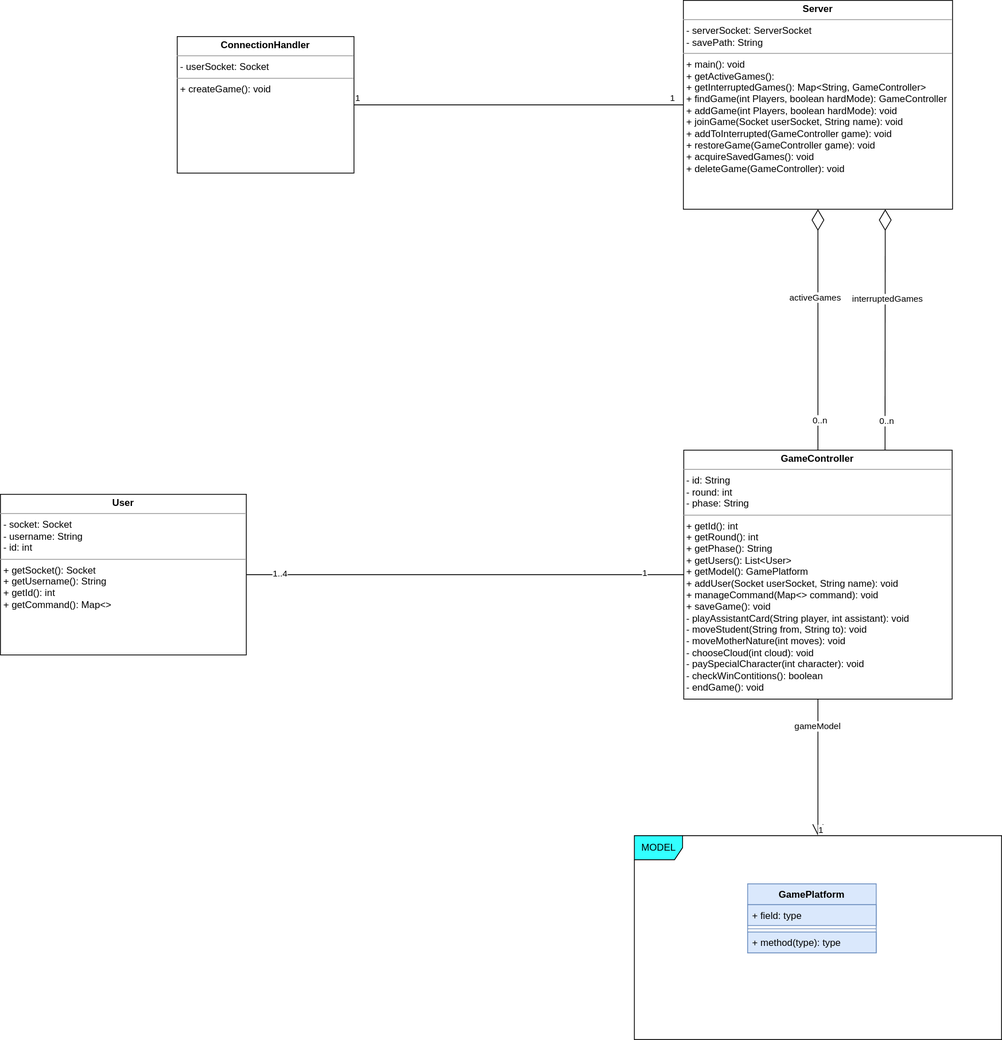
The draw.io diagram uml diagrams/uml_controller_singleThread.drawio.svg in Matteo-Negro/Eriantys-Java, before a commit. Source tidied: cells renumbered, new cells last; positions are measured from the earlier drawing's top-left corner, leaving out a move shared by most shapes.
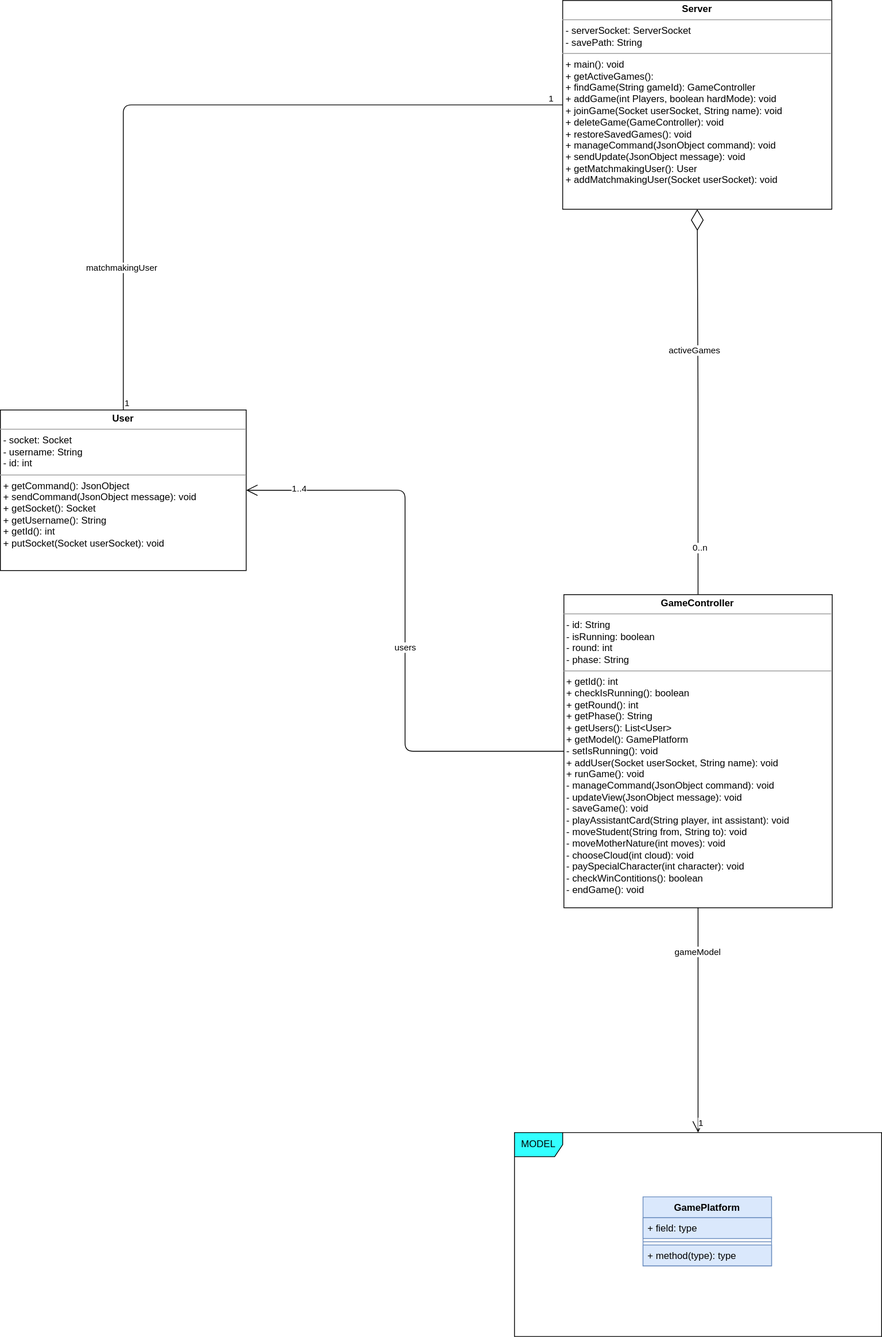
After the change.

Commit message:
Added controller's multithread uml diagram, updated controller's singlethread uml diagram

What changed in the source:
```diff
@@ -3,7 +3,7 @@
     <mxCell id="0" />
     <mxCell id="1" parent="0" />
     <mxCell id="2" value="GamePlatform" style="swimlane;fontStyle=1;align=center;verticalAlign=top;horizontal=1;startSize=26;fillColor=#dae8fc;strokeColor=#6c8ebf;" parent="1" vertex="1">
-      <mxGeometry x="930" y="1100" width="160" height="86" as="geometry" />
+      <mxGeometry x="2550" y="1910" width="160" height="86" as="geometry" />
     </mxCell>
     <mxCell id="3" value="+ field: type" style="text;strokeColor=#6c8ebf;fillColor=#dae8fc;align=left;verticalAlign=top;spacingLeft=4;spacingRight=4;overflow=hidden;" parent="2" vertex="1">
       <mxGeometry y="26" width="160" height="26" as="geometry" />
@@ -15,66 +15,57 @@
       <mxGeometry y="60" width="160" height="26" as="geometry" />
     </mxCell>
     <mxCell id="6" value="MODEL" style="shape=umlFrame;whiteSpace=wrap;html=1;fillColor=#33FFFF;" parent="1" vertex="1">
-      <mxGeometry x="789" y="1040" width="457" height="254" as="geometry" />
+      <mxGeometry x="2390" y="1830" width="457" height="254" as="geometry" />
     </mxCell>
-    <mxCell id="7" style="endArrow=open;endFill=1;endSize=12;html=1;rounded=1;edgeStyle=orthogonalEdgeStyle;exitX=0.5;exitY=1;exitDx=0;exitDy=0;" parent="1" edge="1" source="20" target="6">
-      <mxGeometry relative="1" as="geometry" />
-    </mxCell>
-    <mxCell id="8" value="1" style="edgeLabel;html=1;align=center;verticalAlign=middle;" parent="7" vertex="1">
-      <mxGeometry x="0.91" y="3" relative="1" as="geometry" />
-    </mxCell>
+    <mxCell id="26" style="endArrow=open;endFill=1;endSize=12;html=1;rounded=1;edgeStyle=orthogonalEdgeStyle;exitX=0.5;exitY=1;exitDx=0;exitDy=0;" parent="1" edge="1" source="31" target="6">
+      <mxGeometry relative="1" as="geometry" />
+    </mxCell>
+    <mxCell id="27" value="1" style="edgeLabel;html=1;align=center;verticalAlign=middle;" parent="26" vertex="1">
+      <mxGeometry x="0.91" y="3" relative="1" as="geometry" />
+    </mxCell>
-    <mxCell id="9" value="gameModel" style="edgeLabel;html=1;align=center;verticalAlign=middle;" parent="7" vertex="1">
+    <mxCell id="9" value="gameModel" style="edgeLabel;html=1;align=center;verticalAlign=middle;" parent="26" vertex="1">
       <mxGeometry x="-0.61" y="-1" relative="1" as="geometry" />
     </mxCell>
-    <mxCell id="10" style="endArrow=none;html=1;edgeStyle=orthogonalEdgeStyle;rounded=1;exitX=1;exitY=0.5;exitDx=0;exitDy=0;entryX=0;entryY=0.5;entryDx=0;entryDy=0;" parent="1" edge="1" source="21" target="20">
-      <mxGeometry relative="1" as="geometry" />
-    </mxCell>
-    <mxCell id="11" value="1" style="edgeLabel;html=1;align=center;verticalAlign=middle;" parent="10" vertex="1">
-      <mxGeometry x="0.82" y="3" relative="1" as="geometry" />
-    </mxCell>
-    <mxCell id="12" value="1..4" style="edgeLabel;html=1;align=center;verticalAlign=middle;" parent="10" vertex="1">
-      <mxGeometry x="-0.85" y="2" relative="1" as="geometry" />
-    </mxCell>
-    <mxCell id="13" style="endArrow=diamondThin;endFill=0;endSize=24;html=1;rounded=1;entryX=0.5;entryY=1;entryDx=0;entryDy=0;exitX=0.5;exitY=0;exitDx=0;exitDy=0;" parent="1" edge="1" source="20" target="19">
-      <mxGeometry relative="1" as="geometry" />
-    </mxCell>
-    <mxCell id="14" value="0..n" style="edgeLabel;html=1;align=center;verticalAlign=middle;" parent="13" vertex="1">
-      <mxGeometry x="-0.75" y="-2" relative="1" as="geometry" />
-    </mxCell>
+    <mxCell id="28" style="endArrow=diamondThin;endFill=0;endSize=24;html=1;rounded=1;entryX=0.5;entryY=1;entryDx=0;entryDy=0;exitX=0.5;exitY=0;exitDx=0;exitDy=0;edgeStyle=orthogonalEdgeStyle;" parent="1" edge="1" source="31" target="30">
+      <mxGeometry relative="1" as="geometry" />
+    </mxCell>
+    <mxCell id="29" value="0..n" style="edgeLabel;html=1;align=center;verticalAlign=middle;" parent="28" vertex="1">
+      <mxGeometry x="-0.75" y="-2" relative="1" as="geometry" />
+    </mxCell>
-    <mxCell id="15" value="activeGames" style="edgeLabel;html=1;align=center;verticalAlign=middle;" parent="13" vertex="1">
+    <mxCell id="15" value="activeGames" style="edgeLabel;html=1;align=center;verticalAlign=middle;" parent="28" vertex="1">
       <mxGeometry x="0.27" y="4" relative="1" as="geometry" />
     </mxCell>
-    <mxCell id="16" style="endArrow=diamondThin;endFill=0;endSize=24;html=1;rounded=1;exitX=0.75;exitY=0;exitDx=0;exitDy=0;entryX=0.75;entryY=1;entryDx=0;entryDy=0;" parent="1" edge="1" source="20" target="19">
-      <mxGeometry relative="1" as="geometry" />
-    </mxCell>
-    <mxCell id="17" value="0..n" style="edgeLabel;html=1;align=center;verticalAlign=middle;" parent="16" vertex="1">
-      <mxGeometry x="-0.76" y="-1" relative="1" as="geometry" />
-    </mxCell>
-    <mxCell id="18" value="interruptedGames" style="edgeLabel;html=1;align=center;verticalAlign=middle;" parent="16" vertex="1">
-      <mxGeometry x="0.26" y="-2" relative="1" as="geometry" />
-    </mxCell>
-    <mxCell id="19" value="&lt;p style=&quot;margin: 0px ; margin-top: 4px ; text-align: center&quot;&gt;&lt;b&gt;Server&lt;/b&gt;&lt;/p&gt;&lt;hr size=&quot;1&quot;&gt;&lt;p style=&quot;margin: 0px ; margin-left: 4px&quot;&gt;- serverSocket: ServerSocket&lt;/p&gt;&lt;p style=&quot;margin: 0px ; margin-left: 4px&quot;&gt;- savePath: String&lt;/p&gt;&lt;hr size=&quot;1&quot;&gt;&lt;p style=&quot;margin: 0px ; margin-left: 4px&quot;&gt;+ main(): void&lt;/p&gt;&lt;p style=&quot;margin: 0px ; margin-left: 4px&quot;&gt;+ getActiveGames():&amp;nbsp;&lt;/p&gt;&lt;p style=&quot;margin: 0px ; margin-left: 4px&quot;&gt;&lt;span&gt;+ getInterruptedGames(): Map&amp;lt;String, GameController&amp;gt;&lt;/span&gt;&lt;/p&gt;&lt;p style=&quot;margin: 0px ; margin-left: 4px&quot;&gt;+ findGame(int Players, boolean hardMode): GameController&lt;/p&gt;&lt;p style=&quot;margin: 0px ; margin-left: 4px&quot;&gt;+ addGame(int Players, boolean hardMode): void&lt;/p&gt;&lt;p style=&quot;margin: 0px ; margin-left: 4px&quot;&gt;+ joinGame(Socket userSocket, String name): void&lt;/p&gt;&lt;p style=&quot;margin: 0px ; margin-left: 4px&quot;&gt;+ addToInterrupted(GameController game): void&lt;/p&gt;&lt;p style=&quot;margin: 0px ; margin-left: 4px&quot;&gt;+ restoreGame(GameController game): void&lt;/p&gt;&lt;p style=&quot;margin: 0px ; margin-left: 4px&quot;&gt;+ acquireSavedGames(): void&lt;/p&gt;&lt;p style=&quot;margin: 0px ; margin-left: 4px&quot;&gt;+ deleteGame(GameController): void&lt;/p&gt;" style="verticalAlign=top;align=left;overflow=fill;fontSize=12;fontFamily=Helvetica;html=1;fillColor=default;" parent="1" vertex="1">
-      <mxGeometry x="850" width="335" height="260" as="geometry" />
-    </mxCell>
-    <mxCell id="20" value="&lt;p style=&quot;margin: 0px ; margin-top: 4px ; text-align: center&quot;&gt;&lt;b&gt;GameController&lt;/b&gt;&lt;/p&gt;&lt;hr size=&quot;1&quot;&gt;&lt;p style=&quot;margin: 0px ; margin-left: 4px&quot;&gt;- id: String&lt;/p&gt;&lt;p style=&quot;margin: 0px ; margin-left: 4px&quot;&gt;- round: int&lt;/p&gt;&lt;p style=&quot;margin: 0px ; margin-left: 4px&quot;&gt;- phase: String&lt;/p&gt;&lt;hr size=&quot;1&quot;&gt;&lt;p style=&quot;margin: 0px ; margin-left: 4px&quot;&gt;&lt;span&gt;+ getId(): int&lt;/span&gt;&lt;br&gt;&lt;/p&gt;&lt;p style=&quot;margin: 0px ; margin-left: 4px&quot;&gt;&lt;span&gt;+ getRound(): int&lt;/span&gt;&lt;/p&gt;&lt;p style=&quot;margin: 0px ; margin-left: 4px&quot;&gt;&lt;span&gt;+ getPhase(): String&lt;/span&gt;&lt;/p&gt;&lt;p style=&quot;margin: 0px ; margin-left: 4px&quot;&gt;+ getUsers(): List&amp;lt;User&amp;gt;&lt;/p&gt;&lt;p style=&quot;margin: 0px ; margin-left: 4px&quot;&gt;+ getModel(): GamePlatform&lt;/p&gt;&lt;p style=&quot;margin: 0px ; margin-left: 4px&quot;&gt;+ addUser(Socket userSocket, String name): void&lt;/p&gt;&lt;p style=&quot;margin: 0px ; margin-left: 4px&quot;&gt;+ manageCommand(Map&amp;lt;&amp;gt; command): void&lt;/p&gt;&lt;p style=&quot;margin: 0px ; margin-left: 4px&quot;&gt;+ saveGame(): void&lt;/p&gt;&lt;p style=&quot;margin: 0px ; margin-left: 4px&quot;&gt;- playAssistantCard(String player, int assistant): void&lt;/p&gt;&lt;p style=&quot;margin: 0px ; margin-left: 4px&quot;&gt;- moveStudent(String from, String to): void&lt;/p&gt;&lt;p style=&quot;margin: 0px ; margin-left: 4px&quot;&gt;- moveMotherNature(int moves): void&lt;/p&gt;&lt;p style=&quot;margin: 0px ; margin-left: 4px&quot;&gt;- chooseCloud(int cloud): void&lt;/p&gt;&lt;p style=&quot;margin: 0px ; margin-left: 4px&quot;&gt;- paySpecialCharacter(int character): void&lt;/p&gt;&lt;p style=&quot;margin: 0px ; margin-left: 4px&quot;&gt;- checkWinContitions(): boolean&lt;/p&gt;&lt;p style=&quot;margin: 0px ; margin-left: 4px&quot;&gt;- endGame(): void&lt;/p&gt;" style="verticalAlign=top;align=left;overflow=fill;fontSize=12;fontFamily=Helvetica;html=1;fillColor=default;" parent="1" vertex="1">
-      <mxGeometry x="850.5" y="560" width="334.1" height="310" as="geometry" />
-    </mxCell>
-    <mxCell id="21" value="&lt;p style=&quot;margin: 0px ; margin-top: 4px ; text-align: center&quot;&gt;&lt;b&gt;User&lt;/b&gt;&lt;/p&gt;&lt;hr size=&quot;1&quot;&gt;&lt;p style=&quot;margin: 0px ; margin-left: 4px&quot;&gt;- socket: Socket&lt;/p&gt;&lt;p style=&quot;margin: 0px ; margin-left: 4px&quot;&gt;- username: String&lt;/p&gt;&lt;p style=&quot;margin: 0px ; margin-left: 4px&quot;&gt;- id: int&lt;/p&gt;&lt;hr size=&quot;1&quot;&gt;&lt;p style=&quot;margin: 0px ; margin-left: 4px&quot;&gt;+ getSocket(): Socket&lt;/p&gt;&lt;p style=&quot;margin: 0px ; margin-left: 4px&quot;&gt;+ getUsername(): String&lt;/p&gt;&lt;p style=&quot;margin: 0px ; margin-left: 4px&quot;&gt;+ getId(): int&lt;/p&gt;&lt;p style=&quot;margin: 0px ; margin-left: 4px&quot;&gt;+ getCommand(): Map&amp;lt;&amp;gt;&lt;/p&gt;&lt;p style=&quot;margin: 0px ; margin-left: 4px&quot;&gt;&lt;br&gt;&lt;/p&gt;&lt;p style=&quot;margin: 0px ; margin-left: 4px&quot;&gt;&lt;br&gt;&lt;/p&gt;&lt;p style=&quot;margin: 0px ; margin-left: 4px&quot;&gt;&lt;br&gt;&lt;/p&gt;&lt;p style=&quot;margin: 0px ; margin-left: 4px&quot;&gt;&lt;br&gt;&lt;/p&gt;" style="verticalAlign=top;align=left;overflow=fill;fontSize=12;fontFamily=Helvetica;html=1;fillColor=default;" parent="1" vertex="1">
-      <mxGeometry y="615" width="306" height="200" as="geometry" />
-    </mxCell>
-    <mxCell id="22" style="endArrow=none;html=1;edgeStyle=orthogonalEdgeStyle;rounded=0;exitX=1;exitY=0.5;exitDx=0;exitDy=0;entryX=0;entryY=0.5;entryDx=0;entryDy=0;" parent="1" edge="1" source="25" target="19">
-      <mxGeometry relative="1" as="geometry" />
-    </mxCell>
+    <mxCell id="30" value="&lt;p style=&quot;margin: 0px ; margin-top: 4px ; text-align: center&quot;&gt;&lt;b&gt;Server&lt;/b&gt;&lt;/p&gt;&lt;hr size=&quot;1&quot;&gt;&lt;p style=&quot;margin: 0px ; margin-left: 4px&quot;&gt;- serverSocket: ServerSocket&lt;/p&gt;&lt;p style=&quot;margin: 0px ; margin-left: 4px&quot;&gt;- savePath: String&lt;/p&gt;&lt;hr size=&quot;1&quot;&gt;&lt;p style=&quot;margin: 0px ; margin-left: 4px&quot;&gt;+ main(): void&lt;/p&gt;&lt;p style=&quot;margin: 0px ; margin-left: 4px&quot;&gt;+ getActiveGames():&amp;nbsp;&lt;/p&gt;&lt;p style=&quot;margin: 0px ; margin-left: 4px&quot;&gt;+ findGame(String gameId): GameController&lt;/p&gt;&lt;p style=&quot;margin: 0px ; margin-left: 4px&quot;&gt;+ addGame(int Players, boolean hardMode): void&lt;/p&gt;&lt;p style=&quot;margin: 0px ; margin-left: 4px&quot;&gt;+ joinGame(Socket userSocket, String name): void&lt;/p&gt;&lt;p style=&quot;margin: 0px ; margin-left: 4px&quot;&gt;+ deleteGame(GameController): void&lt;/p&gt;&lt;p style=&quot;margin: 0px ; margin-left: 4px&quot;&gt;+ restoreSavedGames(): void&lt;/p&gt;&lt;p style=&quot;margin: 0px ; margin-left: 4px&quot;&gt;+ manageCommand(JsonObject command): void&lt;/p&gt;&lt;p style=&quot;margin: 0px ; margin-left: 4px&quot;&gt;+ sendUpdate(JsonObject message): void&lt;/p&gt;&lt;p style=&quot;margin: 0px ; margin-left: 4px&quot;&gt;+ getMatchmakingUser(): User&lt;/p&gt;&lt;p style=&quot;margin: 0px ; margin-left: 4px&quot;&gt;+ addMatchmakingUser(Socket userSocket): void&amp;nbsp;&lt;/p&gt;" style="verticalAlign=top;align=left;overflow=fill;fontSize=12;fontFamily=Helvetica;html=1;fillColor=default;" parent="1" vertex="1">
+      <mxGeometry x="2450" y="420" width="335" height="260" as="geometry" />
+    </mxCell>
+    <mxCell id="31" value="&lt;p style=&quot;margin: 0px ; margin-top: 4px ; text-align: center&quot;&gt;&lt;b&gt;GameController&lt;/b&gt;&lt;/p&gt;&lt;hr size=&quot;1&quot;&gt;&lt;p style=&quot;margin: 0px ; margin-left: 4px&quot;&gt;- id: String&lt;/p&gt;&lt;p style=&quot;margin: 0px ; margin-left: 4px&quot;&gt;- isRunning: boolean&lt;/p&gt;&lt;p style=&quot;margin: 0px ; margin-left: 4px&quot;&gt;- round: int&lt;/p&gt;&lt;p style=&quot;margin: 0px ; margin-left: 4px&quot;&gt;- phase: String&lt;/p&gt;&lt;hr size=&quot;1&quot;&gt;&lt;p style=&quot;margin: 0px ; margin-left: 4px&quot;&gt;&lt;span&gt;+ getId(): int&lt;/span&gt;&lt;br&gt;&lt;/p&gt;&lt;p style=&quot;margin: 0px ; margin-left: 4px&quot;&gt;&lt;span&gt;+ checkIsRunning(): boolean&lt;/span&gt;&lt;/p&gt;&lt;p style=&quot;margin: 0px ; margin-left: 4px&quot;&gt;&lt;span&gt;+ getRound(): int&lt;/span&gt;&lt;/p&gt;&lt;p style=&quot;margin: 0px ; margin-left: 4px&quot;&gt;&lt;span&gt;+ getPhase(): String&lt;/span&gt;&lt;/p&gt;&lt;p style=&quot;margin: 0px ; margin-left: 4px&quot;&gt;+ getUsers(): List&amp;lt;User&amp;gt;&lt;/p&gt;&lt;p style=&quot;margin: 0px ; margin-left: 4px&quot;&gt;+ getModel(): GamePlatform&lt;/p&gt;&lt;p style=&quot;margin: 0px ; margin-left: 4px&quot;&gt;- setIsRunning(): void&lt;/p&gt;&lt;p style=&quot;margin: 0px ; margin-left: 4px&quot;&gt;+ addUser(Socket userSocket, String name): void&lt;/p&gt;&lt;p style=&quot;margin: 0px ; margin-left: 4px&quot;&gt;+ runGame(): void&lt;/p&gt;&lt;p style=&quot;margin: 0px ; margin-left: 4px&quot;&gt;- manageCommand(JsonObject command): void&lt;/p&gt;&lt;p style=&quot;margin: 0px ; margin-left: 4px&quot;&gt;- updateView(JsonObject message&lt;span&gt;): void&lt;/span&gt;&lt;/p&gt;&lt;p style=&quot;margin: 0px ; margin-left: 4px&quot;&gt;- saveGame(): void&lt;/p&gt;&lt;p style=&quot;margin: 0px ; margin-left: 4px&quot;&gt;- playAssistantCard(String player, int assistant): void&lt;/p&gt;&lt;p style=&quot;margin: 0px ; margin-left: 4px&quot;&gt;- moveStudent(String from, String to): void&lt;/p&gt;&lt;p style=&quot;margin: 0px ; margin-left: 4px&quot;&gt;- moveMotherNature(int moves): void&lt;/p&gt;&lt;p style=&quot;margin: 0px ; margin-left: 4px&quot;&gt;- chooseCloud(int cloud): void&lt;/p&gt;&lt;p style=&quot;margin: 0px ; margin-left: 4px&quot;&gt;- paySpecialCharacter(int character): void&lt;/p&gt;&lt;p style=&quot;margin: 0px ; margin-left: 4px&quot;&gt;- checkWinContitions(): boolean&lt;/p&gt;&lt;p style=&quot;margin: 0px ; margin-left: 4px&quot;&gt;- endGame(): void&lt;/p&gt;" style="verticalAlign=top;align=left;overflow=fill;fontSize=12;fontFamily=Helvetica;html=1;fillColor=default;" parent="1" vertex="1">
+      <mxGeometry x="2451.5" y="1160" width="334.1" height="390" as="geometry" />
+    </mxCell>
+    <mxCell id="32" value="&lt;p style=&quot;margin: 0px ; margin-top: 4px ; text-align: center&quot;&gt;&lt;b&gt;User&lt;/b&gt;&lt;/p&gt;&lt;hr size=&quot;1&quot;&gt;&lt;p style=&quot;margin: 0px ; margin-left: 4px&quot;&gt;- socket: Socket&lt;/p&gt;&lt;p style=&quot;margin: 0px ; margin-left: 4px&quot;&gt;- username: String&lt;/p&gt;&lt;p style=&quot;margin: 0px ; margin-left: 4px&quot;&gt;- id: int&lt;/p&gt;&lt;hr size=&quot;1&quot;&gt;&lt;p style=&quot;margin: 0px 0px 0px 4px&quot;&gt;+ getCommand(): JsonObject&lt;/p&gt;&lt;p style=&quot;margin: 0px 0px 0px 4px&quot;&gt;+ sendCommand(JsonObject message): void&lt;/p&gt;&lt;p style=&quot;margin: 0px ; margin-left: 4px&quot;&gt;+ getSocket(): Socket&lt;/p&gt;&lt;p style=&quot;margin: 0px ; margin-left: 4px&quot;&gt;+ getUsername(): String&lt;/p&gt;&lt;p style=&quot;margin: 0px ; margin-left: 4px&quot;&gt;+ getId(): int&lt;/p&gt;&lt;p style=&quot;margin: 0px ; margin-left: 4px&quot;&gt;+ putSocket(Socket userSocket): void&lt;/p&gt;&lt;p style=&quot;margin: 0px ; margin-left: 4px&quot;&gt;&lt;br&gt;&lt;/p&gt;&lt;p style=&quot;margin: 0px ; margin-left: 4px&quot;&gt;&lt;br&gt;&lt;/p&gt;&lt;p style=&quot;margin: 0px ; margin-left: 4px&quot;&gt;&lt;br&gt;&lt;/p&gt;&lt;p style=&quot;margin: 0px ; margin-left: 4px&quot;&gt;&lt;br&gt;&lt;/p&gt;&lt;p style=&quot;margin: 0px ; margin-left: 4px&quot;&gt;&lt;br&gt;&lt;/p&gt;" style="verticalAlign=top;align=left;overflow=fill;fontSize=12;fontFamily=Helvetica;html=1;fillColor=default;" parent="1" vertex="1">
+      <mxGeometry x="1750" y="930" width="306" height="200" as="geometry" />
+    </mxCell>
+    <mxCell id="33" style="endArrow=none;html=1;edgeStyle=orthogonalEdgeStyle;rounded=1;exitX=0.5;exitY=0;exitDx=0;exitDy=0;entryX=0;entryY=0.5;entryDx=0;entryDy=0;" parent="1" edge="1" source="32" target="30">
+      <mxGeometry relative="1" as="geometry" />
+    </mxCell>
-    <mxCell id="23" value="1" style="edgeLabel;html=1;align=left;verticalAlign=bottom;" parent="22" vertex="1">
+    <mxCell id="23" value="1" style="edgeLabel;html=1;align=left;verticalAlign=bottom;" parent="33" vertex="1">
       <mxGeometry x="-1" relative="1" as="geometry" />
     </mxCell>
-    <mxCell id="24" value="1" style="edgeLabel;html=1;align=right;verticalAlign=bottom;" parent="22" vertex="1">
+    <mxCell id="24" value="1" style="edgeLabel;html=1;align=right;verticalAlign=bottom;" parent="33" vertex="1">
       <mxGeometry x="1" relative="1" as="geometry">
         <mxPoint x="-11" as="offset" />
       </mxGeometry>
     </mxCell>
-    <mxCell id="25" value="&lt;p style=&quot;margin: 0px ; margin-top: 4px ; text-align: center&quot;&gt;&lt;b&gt;ConnectionHandler&lt;/b&gt;&lt;/p&gt;&lt;hr size=&quot;1&quot;&gt;&lt;p style=&quot;margin: 0px ; margin-left: 4px&quot;&gt;- userSocket: Socket&lt;/p&gt;&lt;hr size=&quot;1&quot;&gt;&lt;p style=&quot;margin: 0px ; margin-left: 4px&quot;&gt;+ createGame(): void&lt;/p&gt;" style="verticalAlign=top;align=left;overflow=fill;fontSize=12;fontFamily=Helvetica;html=1;" parent="1" vertex="1">
-      <mxGeometry x="220" y="45" width="220" height="170" as="geometry" />
-    </mxCell>
+    <mxCell id="34" value="matchmakingUser" style="edgeLabel;html=1;align=center;verticalAlign=middle;" parent="33" vertex="1">
+      <mxGeometry x="-0.62" y="3" relative="1" as="geometry" />
+    </mxCell>
+    <mxCell id="35" style="endArrow=open;endFill=1;endSize=12;html=1;rounded=1;exitX=0;exitY=0.5;exitDx=0;exitDy=0;entryX=1;entryY=0.5;entryDx=0;entryDy=0;edgeStyle=orthogonalEdgeStyle;" parent="1" edge="1" source="31" target="32">
+      <mxGeometry relative="1" as="geometry" />
+    </mxCell>
+    <mxCell id="12" value="1..4" style="edgeLabel;html=1;align=center;verticalAlign=middle;" parent="35" vertex="1">
+      <mxGeometry x="0.82" y="-3" relative="1" as="geometry" />
+    </mxCell>
+    <mxCell id="36" value="users" style="edgeLabel;html=1;align=center;verticalAlign=middle;" parent="35" vertex="1">
+      <mxGeometry x="-0.09" relative="1" as="geometry" />
+    </mxCell>
   </root>
 </mxGraphModel>
```
